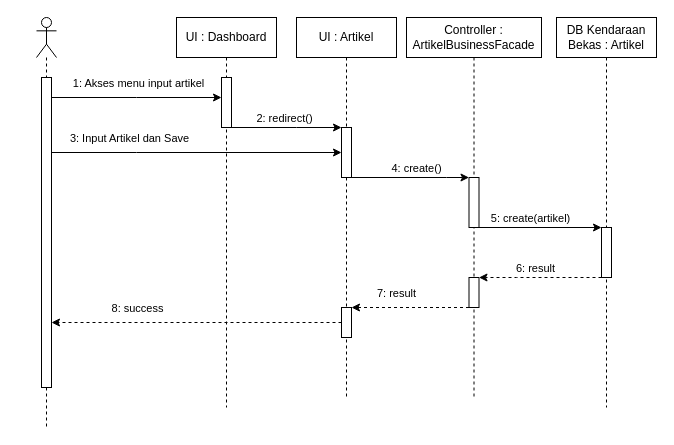
Earlier version of the draw.io diagram page "Input Artikel" (2 of 28) of UML/Sequence Web.drawio (DevinWilliady/KendaraanBekasUML). Source tidied: cells renumbered, new cells numbered last; positions are measured from the earlier drawing's top-left corner, leaving out a move shared by most shapes. Both pictures are drawn from the tidied source at 100%, with x=0, y=0 at pixel (36, 17).
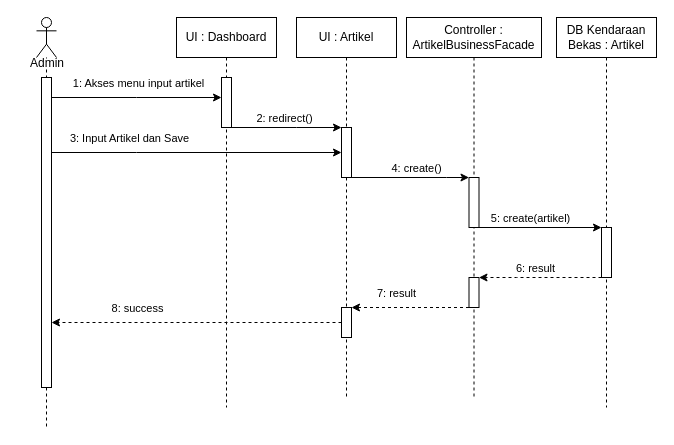
After the change.

The edit, as a diff of the source:
```diff
@@
+    <mxCell id="30" value="Admin" style="rounded=0;whiteSpace=wrap;html=1;strokeWidth=0;strokeColor=#FFFFFF;" parent="1" vertex="1">
+      <mxGeometry x="-19" y="41" width="60" height="10" as="geometry" />
+    </mxCell>
```
